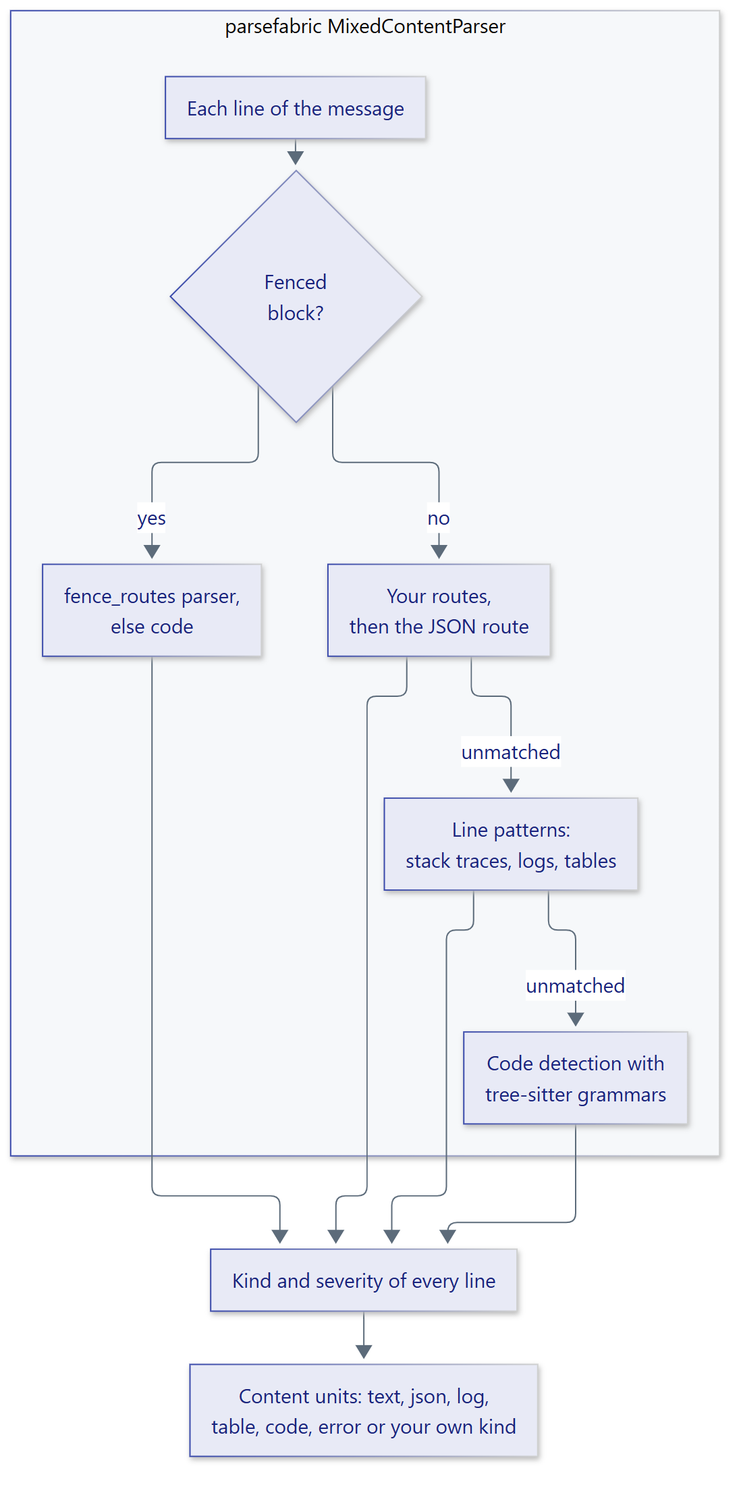
smuniharish/contextsage keeps this Mermaid diagram as docs/assets/diagrams/decomposition.png. Above is the earlier version. Its source is kept beside it as diagrams/decomposition.mmd.
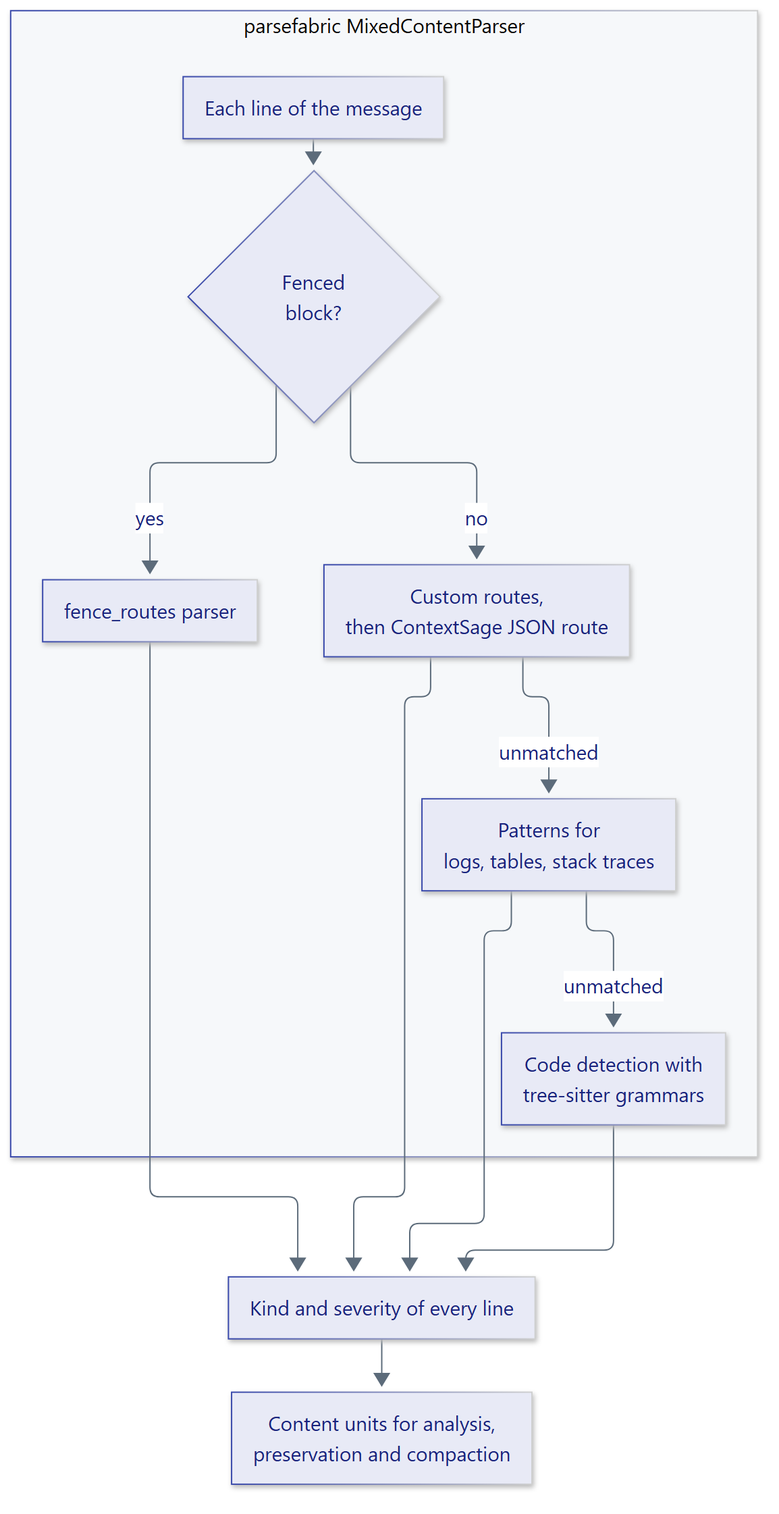
Later version of the same file.

Diff of the diagram source:
```diff
@@ -1,13 +1,13 @@
 flowchart TB
     subgraph parser["parsefabric MixedContentParser"]
         message["Each line of the message"] --> fence{"Fenced<br/>block?"}
-        fence -- yes --> fenced["fence_routes parser,<br/>else code"]
-        fence -- no --> routes["Your routes,<br/>then the JSON route"]
-        routes -- unmatched --> patterns["Line patterns:<br/>stack traces, logs, tables"]
+        fence -- yes --> fenced["fence_routes parser"]
+        fence -- no --> routes["Custom routes,<br/>then ContextSage JSON route"]
+        routes -- unmatched --> patterns["Patterns for<br/>logs, tables, stack traces"]
         patterns -- unmatched --> code["Code detection with<br/>tree-sitter grammars"]
     end
     fenced --> lines["Kind and severity of every line"]
     routes --> lines
     patterns --> lines
     code --> lines
-    lines --> units["Content units: text, json, log,<br/>table, code, error or your own kind"]
+    lines --> units["Content units for analysis,<br/>preservation and compaction"]
```
